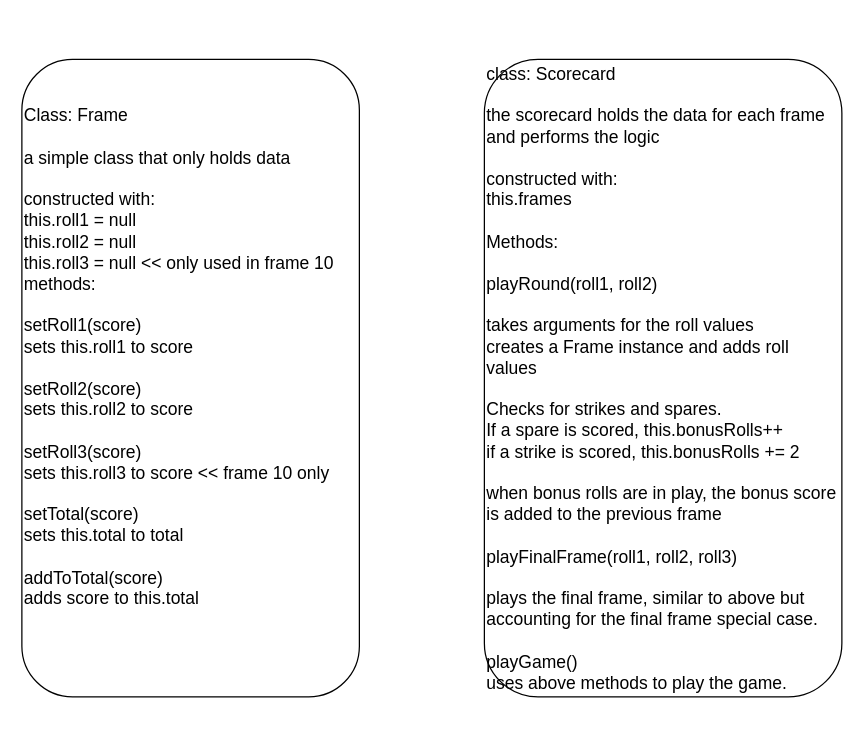
Earlier version of the draw.io diagram docs/classStructure.drawio (makersacademy/bowling-challenge). Source tidied: cells renumbered, new cells numbered last; positions are measured from the earlier drawing's top-left corner, leaving out a move shared by most shapes. Both pictures are drawn from the tidied source at 125%, with x=0, y=0 at pixel (21, 59).
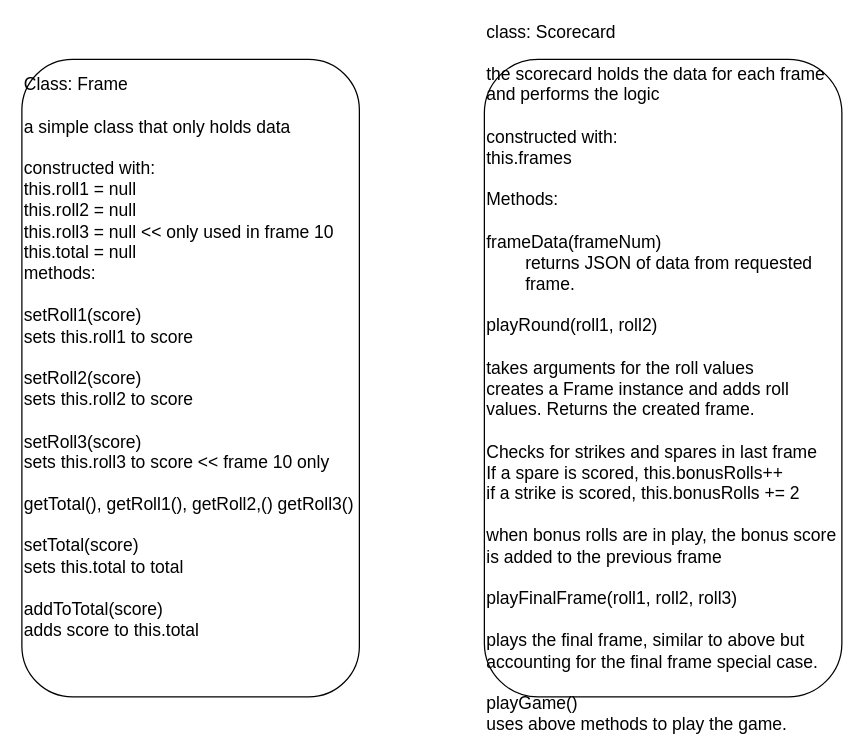
After the change.

Commit message (it also covers changes not shown here):
started building the scorecard class

Change to the diagram source:
```diff
@@
 <mxGraphModel>
   <root>
     <mxCell id="0" />
     <mxCell id="1" parent="0" />
-    <mxCell id="2" value="&lt;font style=&quot;font-size: 14px&quot;&gt;Class: Frame&lt;br&gt;&lt;br&gt;a simple class that only holds data&amp;nbsp;&lt;br&gt;&lt;br&gt;constructed with:&lt;br&gt;this.roll1 = null&lt;br&gt;this.roll2 = null&lt;br&gt;this.roll3 = null &amp;lt;&amp;lt; only used in frame 10&lt;br&gt;methods:&lt;br&gt;&lt;br&gt;setRoll1(score)&lt;br&gt;sets this.roll1 to score&lt;br&gt;&lt;br&gt;setRoll2(score)&lt;br&gt;sets this.roll2 to score&lt;br&gt;&lt;br&gt;setRoll3(score)&lt;br&gt;sets this.roll3 to score &amp;lt;&amp;lt; frame 10 only&lt;br&gt;&lt;br&gt;setTotal(score)&lt;br&gt;sets this.total to total&lt;br&gt;&lt;br&gt;addToTotal(score)&lt;br&gt;adds score to this.total&lt;br&gt;&lt;br&gt;&lt;br&gt;&lt;/font&gt;" style="rounded=1;whiteSpace=wrap;html=1;align=left;" parent="1" vertex="1">
+    <mxCell id="2" value="&lt;font style=&quot;font-size: 14px&quot;&gt;Class: Frame&lt;br&gt;&lt;br&gt;a simple class that only holds data&amp;nbsp;&lt;br&gt;&lt;br&gt;constructed with:&lt;br&gt;this.roll1 = null&lt;br&gt;this.roll2 = null&lt;br&gt;this.roll3 = null &amp;lt;&amp;lt; only used in frame 10&lt;br&gt;this.total = null&lt;br&gt;methods:&lt;br&gt;&lt;br&gt;setRoll1(score)&lt;br&gt;sets this.roll1 to score&lt;br&gt;&lt;br&gt;setRoll2(score)&lt;br&gt;sets this.roll2 to score&lt;br&gt;&lt;br&gt;setRoll3(score)&lt;br&gt;sets this.roll3 to score &amp;lt;&amp;lt; frame 10 only&lt;br&gt;&lt;br&gt;getTotal(), getRoll1(), getRoll2,() getRoll3()&lt;br&gt;&lt;br&gt;setTotal(score)&lt;br&gt;sets this.total to total&lt;br&gt;&lt;br&gt;addToTotal(score)&lt;br&gt;adds score to this.total&lt;br&gt;&lt;br&gt;&lt;br&gt;&lt;/font&gt;" style="rounded=1;whiteSpace=wrap;html=1;align=left;" parent="1" vertex="1">
       <mxGeometry width="270" height="510" as="geometry" />
     </mxCell>
-    <mxCell id="3" value="class: Scorecard&lt;br&gt;&lt;br&gt;the scorecard holds the data for each frame and performs the logic&lt;br&gt;&lt;br&gt;constructed with:&lt;br&gt;this.frames&lt;br&gt;&lt;br&gt;Methods:&lt;br&gt;&lt;br&gt;playRound(roll1, roll2)&lt;br&gt;&lt;br&gt;takes arguments for the roll values&lt;br&gt;creates a Frame instance and adds roll values&lt;br&gt;&lt;br&gt;Checks for strikes and spares.&lt;br&gt;If a spare is scored, this.bonusRolls++&lt;br&gt;if a strike is scored, this.bonusRolls += 2&lt;br&gt;&lt;br&gt;when bonus rolls are in play, the bonus score is added to the previous frame&lt;br&gt;&lt;br&gt;playFinalFrame(roll1, roll2, roll3)&lt;br&gt;&lt;br&gt;plays the final frame, similar to above but accounting for the final frame special case.&lt;br&gt;&lt;br&gt;playGame()&lt;br&gt;uses above methods to play the game.&lt;br&gt;" style="rounded=1;whiteSpace=wrap;html=1;fontSize=14;align=left;" parent="1" vertex="1">
+    <mxCell id="3" value="class: Scorecard&lt;br&gt;&lt;br&gt;the scorecard holds the data for each frame and performs the logic&lt;br&gt;&lt;br&gt;constructed with:&lt;br&gt;this.frames&lt;br&gt;&lt;br&gt;Methods:&lt;br&gt;&lt;br&gt;frameData(frameNum)&amp;nbsp;&lt;br&gt;&lt;span style=&quot;white-space: pre&quot;&gt;&#9;&lt;/span&gt;returns JSON of data from requested &lt;span style=&quot;white-space: pre&quot;&gt;&#9;&lt;/span&gt;frame.&lt;br&gt;&lt;br&gt;playRound(roll1, roll2)&lt;br&gt;&lt;br&gt;takes arguments for the roll values&lt;br&gt;creates a Frame instance and adds roll values. Returns the created frame.&lt;br&gt;&lt;br&gt;Checks for strikes and spares in last frame&lt;br&gt;If a spare is scored, this.bonusRolls++&lt;br&gt;if a strike is scored, this.bonusRolls += 2&lt;br&gt;&lt;br&gt;when bonus rolls are in play, the bonus score is added to the previous frame&lt;br&gt;&lt;br&gt;playFinalFrame(roll1, roll2, roll3)&lt;br&gt;&lt;br&gt;plays the final frame, similar to above but accounting for the final frame special case.&lt;br&gt;&lt;br&gt;playGame()&lt;br&gt;uses above methods to play the game." style="rounded=1;whiteSpace=wrap;html=1;fontSize=14;align=left;" parent="1" vertex="1">
       <mxGeometry x="370" width="286" height="510" as="geometry" />
     </mxCell>
   </root>
 </mxGraphModel>
```
